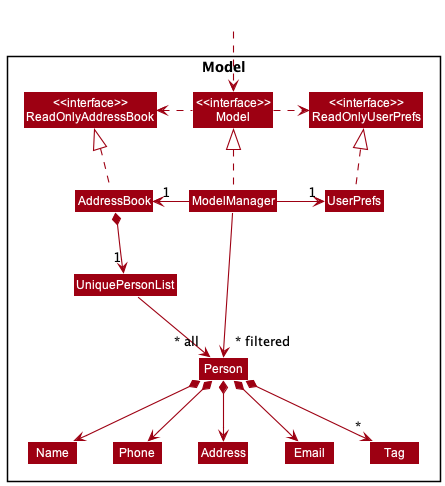
The PlantUML diagram docs/images/ModelClassDiagram.png in nus-cs2103-AY2223S1/tp, before a commit.
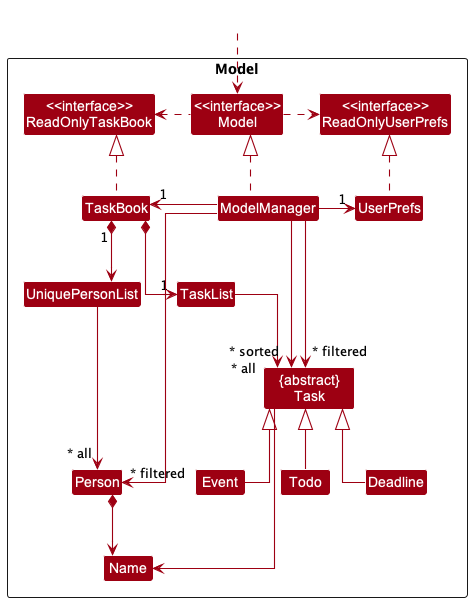
After the commit.

Commit message:
Update DeveloperGuide - Add Implementation of individual task types

Change to the diagram source:
```diff
@@ -1,50 +1,56 @@
 @startuml
 !include style.puml
+skinparam lineType ortho
 skinparam arrowThickness 1.1
 skinparam arrowColor MODEL_COLOR
 skinparam classBackgroundColor MODEL_COLOR
 
 Package Model <<Rectangle>>{
-Class "<<interface>>\nReadOnlyAddressBook" as ReadOnlyAddressBook
+Class "<<interface>>\nReadOnlyTaskBook" as ReadOnlyTaskBook
 Class "<<interface>>\nReadOnlyUserPrefs" as ReadOnlyUserPrefs
 Class "<<interface>>\nModel" as Model
-Class AddressBook
+Class TaskBook
 Class ModelManager
 Class UserPrefs
 
 Class UniquePersonList
 Class Person
-Class Address
-Class Email
 Class Name
-Class Phone
-Class Tag
+
+Class TaskList
+Class "   {abstract}   \nTask" as Task
+
+together {
+Class Todo
+Class Event
+Class Deadline
+}
 
 }
 
 Class HiddenOutside #FFFFFF
 HiddenOutside ..> Model
 
-AddressBook .up.|> ReadOnlyAddressBook
+TaskBook .up.|> ReadOnlyTaskBook
 
 ModelManager .up.|> Model
 Model .right.> ReadOnlyUserPrefs
-Model .left.> ReadOnlyAddressBook
-ModelManager -left-> "1" AddressBook
+Model .left.> ReadOnlyTaskBook
+ModelManager -left-> "1" TaskBook
 ModelManager -right-> "1" UserPrefs
 UserPrefs .up.|> ReadOnlyUserPrefs
 
-AddressBook *--> "1" UniquePersonList
-UniquePersonList --> "~* all" Person
-Person *--> Name
-Person *--> Phone
-Person *--> Email
-Person *--> Address
-Person *--> "*" Tag
+TaskBook *-down-> "1" UniquePersonList
+UniquePersonList -down-> "~* all" Person
+Person *-down-> Name
+TaskBook *-down-> "1" TaskList
+TaskList -down-> "~* all" Task
+Todo -up-|> Task
+Event -up-|> Task
+Deadline -up-|> Task
+Task -down-> Name
 
-Name -[hidden]right-> Phone
-Phone -[hidden]right-> Address
-Address -[hidden]right-> Email
-
-ModelManager -->"~* filtered" Person
+ModelManager ---down->"~* filtered" Person
+ModelManager --down->"~* filtered" Task
+ModelManager --down->"~* sorted" Task
 @enduml
```
